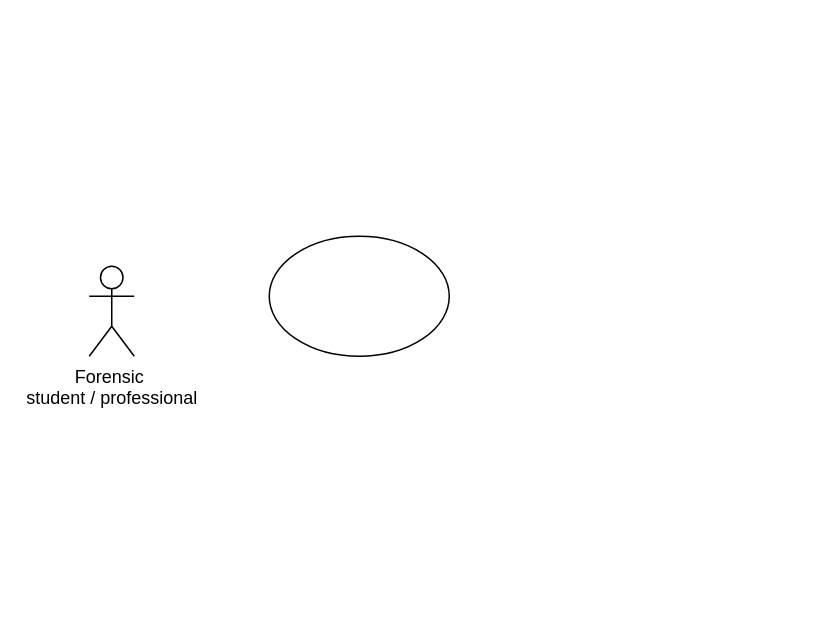
The draw.io diagram AiCore.drawio in HansongProgramming/CapstoneAiCoreDesktop, before the edit. Source tidied: cells renumbered, new cells numbered last; positions are measured from the earlier drawing's top-left corner, leaving out a move shared by most shapes. Both pictures are drawn from the tidied source at 150%, with x=0, y=0 at pixel (88, 236).
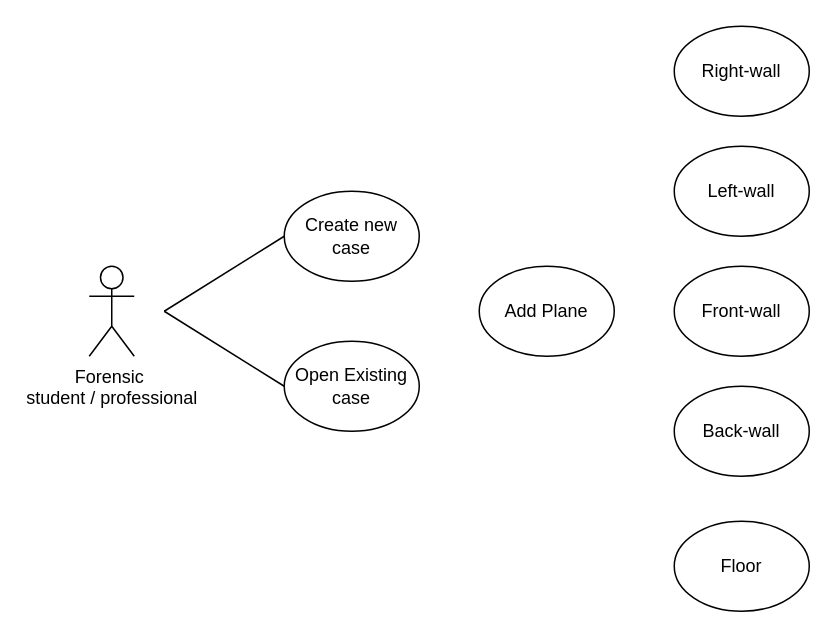
The same diagram, later.

The edit, as a diff of the source:
```diff
@@
 <mxGraphModel>
   <root>
     <mxCell id="0" />
     <mxCell id="1" parent="0" />
     <mxCell id="2" value="Forensic&amp;nbsp;&lt;div&gt;student / professional&lt;/div&gt;" style="shape=umlActor;verticalLabelPosition=bottom;verticalAlign=top;html=1;" parent="1" vertex="1">
       <mxGeometry y="20" width="30" height="60" as="geometry" />
     </mxCell>
-    <mxCell id="3" style="ellipse;whiteSpace=wrap;html=1;" parent="1" vertex="1">
-      <mxGeometry x="120" width="120" height="80" as="geometry" />
+    <mxCell id="3" value="Create new case" style="ellipse;whiteSpace=wrap;html=1;" parent="1" vertex="1">
+      <mxGeometry x="130" y="-30" width="90" height="60" as="geometry" />
     </mxCell>
+    <mxCell id="4" value="Open Existing case" style="ellipse;whiteSpace=wrap;html=1;" parent="1" vertex="1">
+      <mxGeometry x="130" y="70" width="90" height="60" as="geometry" />
+    </mxCell>
+    <mxCell id="5" style="endArrow=none;html=1;rounded=0;" parent="1" edge="1">
+      <mxGeometry relative="1" as="geometry">
+        <mxPoint x="50" y="50" as="sourcePoint" />
+        <mxPoint x="130" as="targetPoint" />
+      </mxGeometry>
+    </mxCell>
+    <mxCell id="6" style="endArrow=none;html=1;rounded=0;entryX=0;entryY=0.5;entryDx=0;entryDy=0;" parent="1" edge="1" target="4">
+      <mxGeometry relative="1" as="geometry">
+        <mxPoint x="50" y="50" as="sourcePoint" />
+      </mxGeometry>
+    </mxCell>
+    <mxCell id="7" value="Add Plane" style="ellipse;whiteSpace=wrap;html=1;" parent="1" vertex="1">
+      <mxGeometry x="260" y="20" width="90" height="60" as="geometry" />
+    </mxCell>
+    <mxCell id="8" value="Right-wall" style="ellipse;whiteSpace=wrap;html=1;" parent="1" vertex="1">
+      <mxGeometry x="390" y="-140" width="90" height="60" as="geometry" />
+    </mxCell>
+    <mxCell id="9" value="Left-wall" style="ellipse;whiteSpace=wrap;html=1;" parent="1" vertex="1">
+      <mxGeometry x="390" y="-60" width="90" height="60" as="geometry" />
+    </mxCell>
+    <mxCell id="10" value="Front-wall" style="ellipse;whiteSpace=wrap;html=1;" parent="1" vertex="1">
+      <mxGeometry x="390" y="20" width="90" height="60" as="geometry" />
+    </mxCell>
+    <mxCell id="11" value="Back-wall" style="ellipse;whiteSpace=wrap;html=1;" parent="1" vertex="1">
+      <mxGeometry x="390" y="100" width="90" height="60" as="geometry" />
+    </mxCell>
+    <mxCell id="12" value="Floor" style="ellipse;whiteSpace=wrap;html=1;" parent="1" vertex="1">
+      <mxGeometry x="390" y="190" width="90" height="60" as="geometry" />
+    </mxCell>
   </root>
 </mxGraphModel>
```
